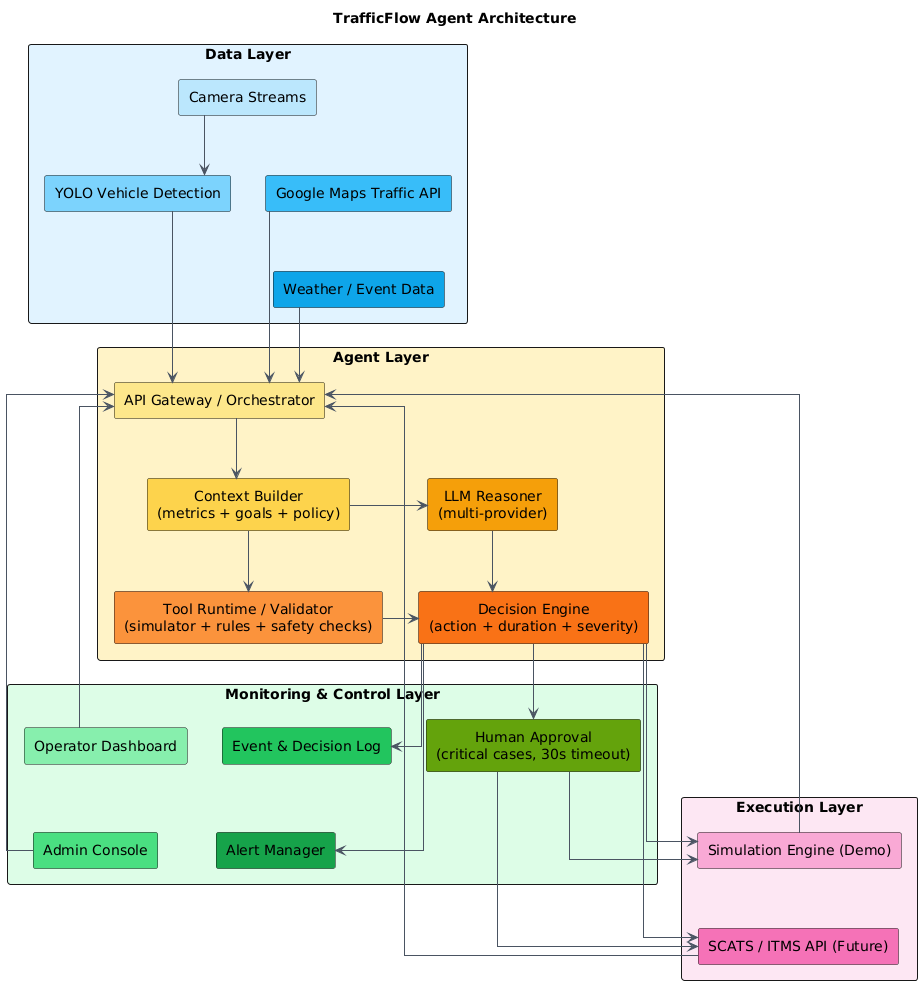
This is trafficflow.png from tanh1c/agent-traffic, a PlantUML export, as it was before one commit. Its diagram source:
```plantuml
@startuml
title TrafficFlow Agent Architecture

top to bottom direction
skinparam shadowing false
skinparam componentStyle rectangle
skinparam packageStyle rectangle
skinparam linetype ortho
skinparam ArrowColor #4B5563
skinparam defaultTextAlignment center
skinparam BackgroundColor #FFFFFF

package "Data Layer" #E0F2FE {
  [Camera Streams] as CAM #BAE6FD
  [YOLO Vehicle Detection] as YOLO #7DD3FC
  [Google Maps Traffic API] as MAP #38BDF8
  [Weather / Event Data] as WEA #0EA5E9

  CAM -down-> YOLO
}

package "Agent Layer" #FEF3C7 {
  [API Gateway / Orchestrator] as ORCH #FDE68A
  [Context Builder\n(metrics + goals + policy)] as CTX #FCD34D
  [LLM Reasoner\n(multi-provider)] as LLM #F59E0B
  [Tool Runtime / Validator\n(simulator + rules + safety checks)] as VAL #FB923C
  [Decision Engine\n(action + duration + severity)] as DEC #F97316

  ORCH -down-> CTX
  CTX -right-> LLM
  CTX -down-> VAL
  LLM -down-> DEC
  VAL -right-> DEC
}

package "Execution Layer" #FCE7F3 {
  [Simulation Engine (Demo)] as SIM #F9A8D4
  [SCATS / ITMS API (Future)] as SCATS #F472B6
}

package "Monitoring & Control Layer" #DCFCE7 {
  [Operator Dashboard] as DASH #86EFAC
  [Admin Console] as ADMIN #4ADE80
  [Event & Decision Log] as LOG #22C55E
  [Alert Manager] as ALERT #16A34A
  [Human Approval\n(critical cases, 30s timeout)] as APPROVAL #65A30D
}

YOLO -down-> ORCH
MAP -down-> ORCH
WEA -down-> ORCH

DEC -down-> SIM
DEC -down-> SCATS

DEC -right-> LOG
DEC -right-> ALERT
DASH -left-> ORCH
ADMIN -left-> ORCH

DEC -down-> APPROVAL
APPROVAL -down-> SIM
APPROVAL -down-> SCATS

SIM -up-> ORCH
SCATS -up-> ORCH

CAM -[hidden]- MAP
MAP -[hidden]- WEA
DASH -[hidden]- ADMIN
LOG -[hidden]- ALERT
SIM -[hidden]- SCATS
@enduml
```
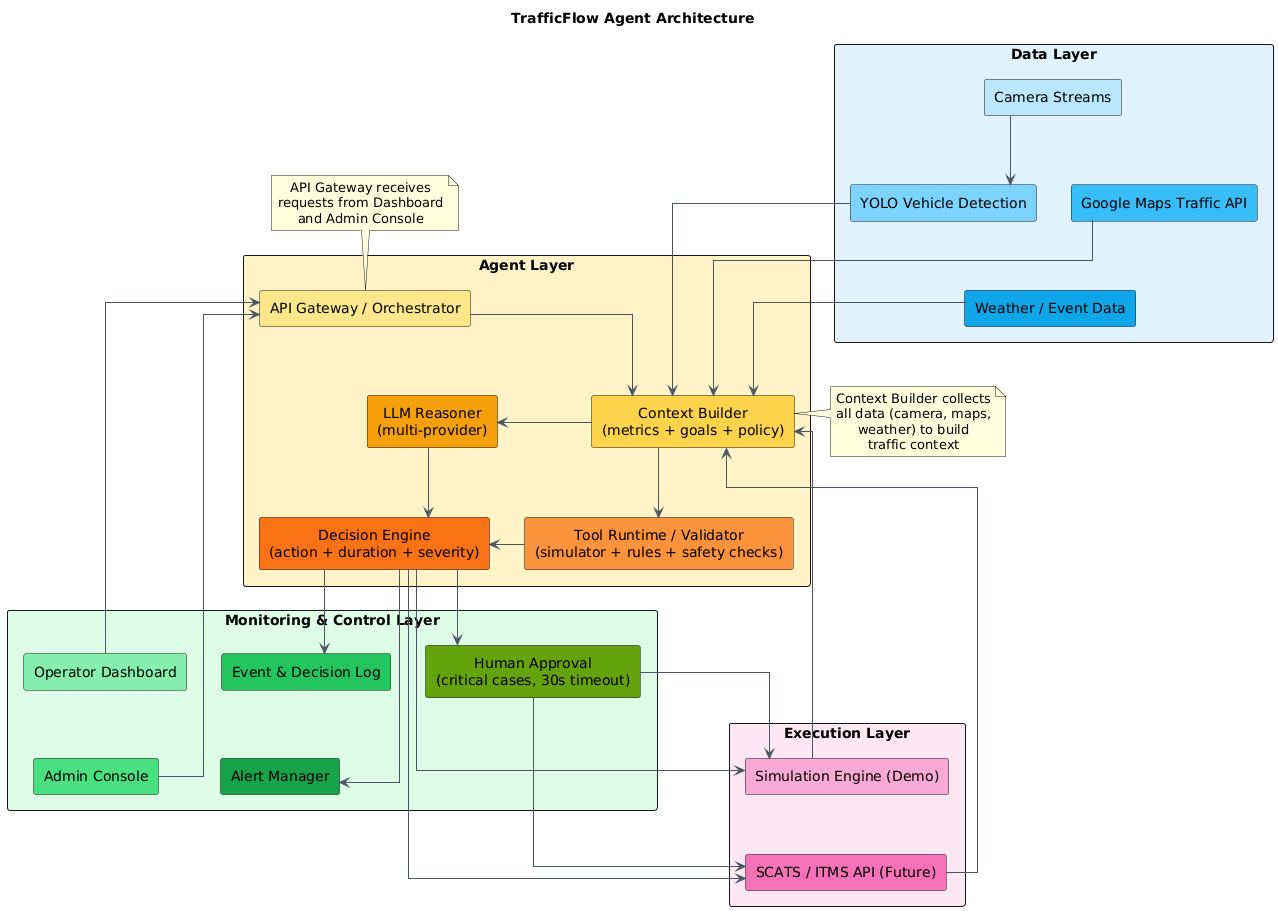
Later version of the same file.

Commit message:
fix(uml): redirect Data Layer to Context Builder instead of API Gateway

- Camera/Maps/Weather now flow into Context Builder
- API Gateway receives only Dashboard/Admin requests
- Feedback loop (Simulation/SCATS) now points to Context Builder
- Add notes explaining roles of API Gateway vs Context Builder
- Update exported trafficflow.png image

Change to the diagram source:
```diff
@@ -46,9 +46,9 @@
   [Human Approval\n(critical cases, 30s timeout)] as APPROVAL #65A30D
 }
 
-YOLO -down-> ORCH
-MAP -down-> ORCH
-WEA -down-> ORCH
+YOLO -down-> CTX
+MAP -down-> CTX
+WEA -down-> CTX
 
 DEC -down-> SIM
 DEC -down-> SCATS
@@ -62,8 +62,21 @@
 APPROVAL -down-> SIM
 APPROVAL -down-> SCATS
 
-SIM -up-> ORCH
-SCATS -up-> ORCH
+SIM -up-> CTX
+SCATS -up-> CTX
+
+note top of ORCH
+API Gateway receives
+requests from Dashboard
+and Admin Console
+end note
+
+note right of CTX
+Context Builder collects
+all data (camera, maps,
+weather) to build
+traffic context
+end note
 
 CAM -[hidden]- MAP
 MAP -[hidden]- WEA
```
